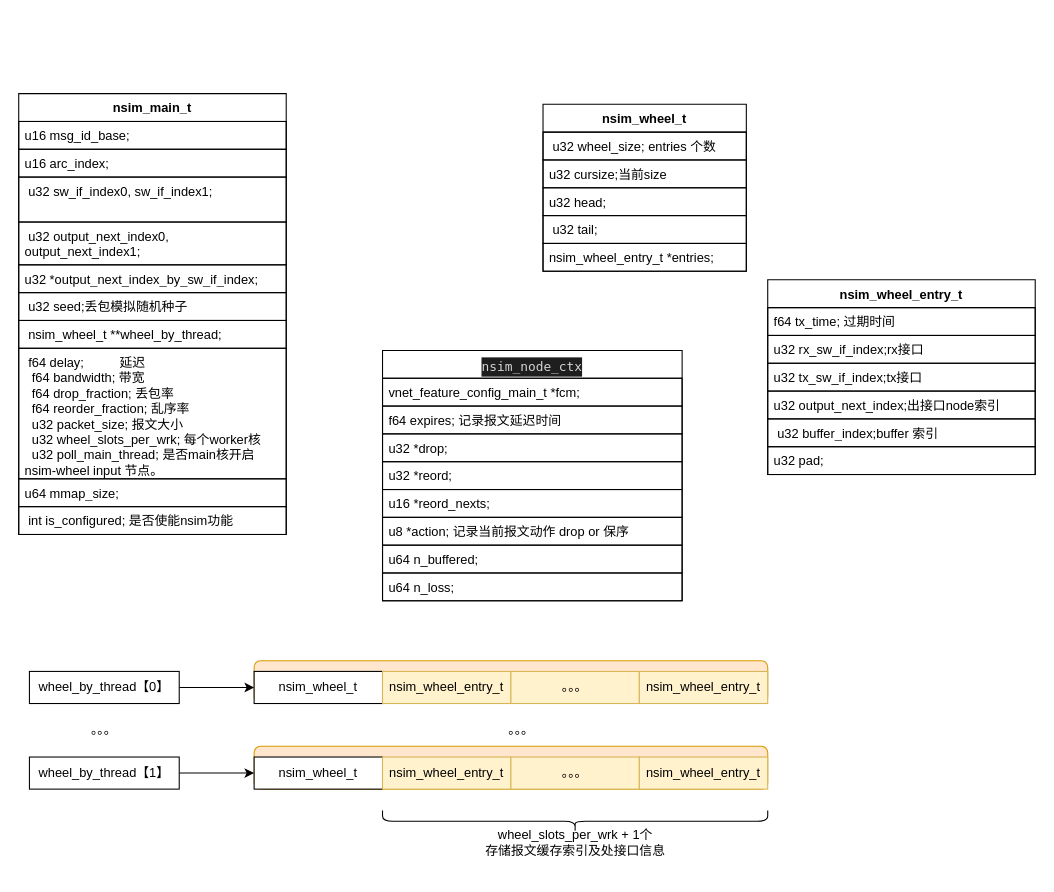
jin13417/dpdk-vpp-learning keeps this draw.io diagram as new_map/nsim.drawio. Above is the earlier version. Source tidied: cells renumbered, new cells numbered last; positions are measured from the earlier drawing's top-left corner, leaving out a move shared by most shapes. Both pictures are drawn from the tidied source at 107%, with x=0, y=0 at pixel (18, 93).
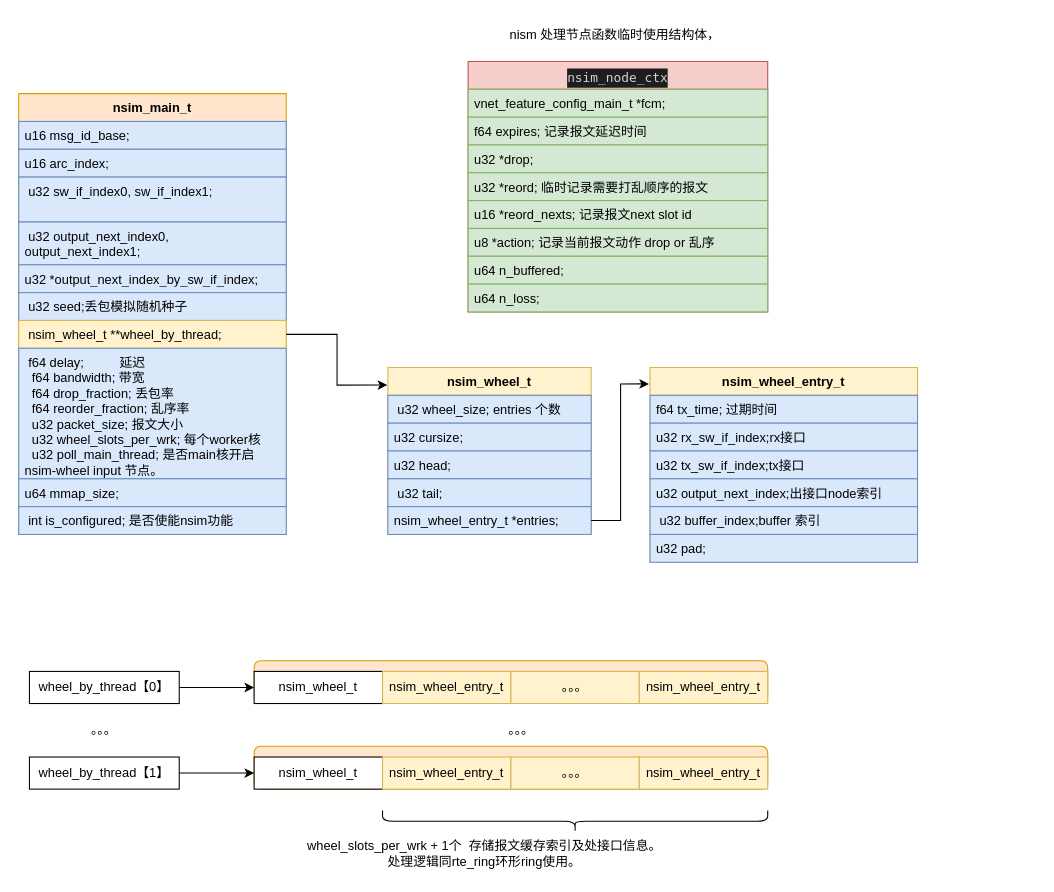
After the change.

Change to the diagram source:
```diff
@@
-    <mxCell id="2" value="nsim_main_t" style="swimlane;fontStyle=1;align=center;verticalAlign=top;horizontal=1;startSize=26;whiteSpace=wrap;html=1;" parent="1" vertex="1">
+    <mxCell id="2" value="nsim_main_t" style="swimlane;fontStyle=1;align=center;verticalAlign=top;horizontal=1;startSize=26;whiteSpace=wrap;html=1;fillColor=#ffe6cc;strokeColor=#d79b00;" parent="1" vertex="1">
       <mxGeometry width="250" height="412" as="geometry" />
     </mxCell>
-    <mxCell id="3" value="u16 msg_id_base;" style="text;strokeColor=default;fillColor=none;align=left;verticalAlign=top;spacingLeft=4;spacingRight=4;overflow=hidden;whiteSpace=wrap;html=1;" parent="2" vertex="1">
+    <mxCell id="3" value="u16 msg_id_base;" style="text;strokeColor=#6c8ebf;fillColor=#dae8fc;align=left;verticalAlign=top;spacingLeft=4;spacingRight=4;overflow=hidden;whiteSpace=wrap;html=1;" parent="2" vertex="1">
       <mxGeometry y="26" width="250" height="26" as="geometry" />
     </mxCell>
-    <mxCell id="4" value="u16 arc_index;" style="text;strokeColor=default;fillColor=none;align=left;verticalAlign=top;spacingLeft=4;spacingRight=4;overflow=hidden;whiteSpace=wrap;html=1;" parent="2" vertex="1">
+    <mxCell id="4" value="u16 arc_index;" style="text;strokeColor=#6c8ebf;fillColor=#dae8fc;align=left;verticalAlign=top;spacingLeft=4;spacingRight=4;overflow=hidden;whiteSpace=wrap;html=1;" parent="2" vertex="1">
       <mxGeometry y="52" width="250" height="26" as="geometry" />
     </mxCell>
-    <mxCell id="5" value="&amp;nbsp;u32 sw_if_index0, sw_if_index1;" style="text;strokeColor=default;fillColor=none;align=left;verticalAlign=top;spacingLeft=4;spacingRight=4;overflow=hidden;whiteSpace=wrap;html=1;" parent="2" vertex="1">
+    <mxCell id="5" value="&amp;nbsp;u32 sw_if_index0, sw_if_index1;" style="text;strokeColor=#6c8ebf;fillColor=#dae8fc;align=left;verticalAlign=top;spacingLeft=4;spacingRight=4;overflow=hidden;whiteSpace=wrap;html=1;" parent="2" vertex="1">
       <mxGeometry y="78" width="250" height="42" as="geometry" />
     </mxCell>
-    <mxCell id="6" value="&amp;nbsp;u32 output_next_index0, output_next_index1;" style="text;strokeColor=default;fillColor=none;align=left;verticalAlign=top;spacingLeft=4;spacingRight=4;overflow=hidden;whiteSpace=wrap;html=1;" parent="2" vertex="1">
+    <mxCell id="6" value="&amp;nbsp;u32 output_next_index0, output_next_index1;" style="text;strokeColor=#6c8ebf;fillColor=#dae8fc;align=left;verticalAlign=top;spacingLeft=4;spacingRight=4;overflow=hidden;whiteSpace=wrap;html=1;" parent="2" vertex="1">
       <mxGeometry y="120" width="250" height="40" as="geometry" />
     </mxCell>
-    <mxCell id="7" value="u32 *output_next_index_by_sw_if_index;" style="text;strokeColor=default;fillColor=none;align=left;verticalAlign=top;spacingLeft=4;spacingRight=4;overflow=hidden;whiteSpace=wrap;html=1;" parent="2" vertex="1">
+    <mxCell id="7" value="u32 *output_next_index_by_sw_if_index;" style="text;strokeColor=#6c8ebf;fillColor=#dae8fc;align=left;verticalAlign=top;spacingLeft=4;spacingRight=4;overflow=hidden;whiteSpace=wrap;html=1;" parent="2" vertex="1">
       <mxGeometry y="160" width="250" height="26" as="geometry" />
     </mxCell>
-    <mxCell id="8" value="&amp;nbsp;u32 seed;丢包模拟随机种子" style="text;strokeColor=default;fillColor=none;align=left;verticalAlign=top;spacingLeft=4;spacingRight=4;overflow=hidden;whiteSpace=wrap;html=1;" parent="2" vertex="1">
+    <mxCell id="8" value="&amp;nbsp;u32 seed;丢包模拟随机种子" style="text;strokeColor=#6c8ebf;fillColor=#dae8fc;align=left;verticalAlign=top;spacingLeft=4;spacingRight=4;overflow=hidden;whiteSpace=wrap;html=1;" parent="2" vertex="1">
       <mxGeometry y="186" width="250" height="26" as="geometry" />
     </mxCell>
-    <mxCell id="9" value="&amp;nbsp;nsim_wheel_t **wheel_by_thread;" style="text;strokeColor=default;fillColor=none;align=left;verticalAlign=top;spacingLeft=4;spacingRight=4;overflow=hidden;points=[[0,0.5],[1,0.5]];portConstraint=eastwest;whiteSpace=wrap;html=1;" parent="2" vertex="1">
+    <mxCell id="9" value="&amp;nbsp;nsim_wheel_t **wheel_by_thread;" style="text;strokeColor=#d6b656;fillColor=#fff2cc;align=left;verticalAlign=top;spacingLeft=4;spacingRight=4;overflow=hidden;points=[[0,0.5],[1,0.5]];portConstraint=eastwest;whiteSpace=wrap;html=1;" parent="2" vertex="1">
       <mxGeometry y="212" width="250" height="26" as="geometry" />
     </mxCell>
-    <mxCell id="10" value="&lt;div&gt;&amp;nbsp;f64 delay;&amp;nbsp; &amp;nbsp; &amp;nbsp; &amp;nbsp; &amp;nbsp; 延迟&lt;/div&gt;&lt;div&gt;&amp;nbsp; f64 bandwidth; 带宽&lt;/div&gt;&lt;div&gt;&amp;nbsp; f64 drop_fraction; 丢包率&lt;/div&gt;&lt;div&gt;&amp;nbsp; f64 reorder_fraction; 乱序率&lt;/div&gt;&lt;div&gt;&amp;nbsp; u32 packet_size; 报文大小&lt;/div&gt;&lt;div&gt;&amp;nbsp; u32 wheel_slots_per_wrk; 每个worker核&lt;/div&gt;&lt;div&gt;&amp;nbsp; u32 poll_main_thread; 是否main核开启nsim-wheel input 节点。&lt;/div&gt;" style="text;strokeColor=default;fillColor=none;align=left;verticalAlign=top;spacingLeft=4;spacingRight=4;overflow=hidden;whiteSpace=wrap;html=1;" parent="2" vertex="1">
+    <mxCell id="10" value="&lt;div&gt;&amp;nbsp;f64 delay;&amp;nbsp; &amp;nbsp; &amp;nbsp; &amp;nbsp; &amp;nbsp; 延迟&lt;/div&gt;&lt;div&gt;&amp;nbsp; f64 bandwidth; 带宽&lt;/div&gt;&lt;div&gt;&amp;nbsp; f64 drop_fraction; 丢包率&lt;/div&gt;&lt;div&gt;&amp;nbsp; f64 reorder_fraction; 乱序率&lt;/div&gt;&lt;div&gt;&amp;nbsp; u32 packet_size; 报文大小&lt;/div&gt;&lt;div&gt;&amp;nbsp; u32 wheel_slots_per_wrk; 每个worker核&lt;/div&gt;&lt;div&gt;&amp;nbsp; u32 poll_main_thread; 是否main核开启nsim-wheel input 节点。&lt;/div&gt;" style="text;strokeColor=#6c8ebf;fillColor=#dae8fc;align=left;verticalAlign=top;spacingLeft=4;spacingRight=4;overflow=hidden;whiteSpace=wrap;html=1;" parent="2" vertex="1">
       <mxGeometry y="238" width="250" height="122" as="geometry" />
     </mxCell>
-    <mxCell id="11" value="u64 mmap_size;" style="text;strokeColor=default;fillColor=none;align=left;verticalAlign=top;spacingLeft=4;spacingRight=4;overflow=hidden;whiteSpace=wrap;html=1;" parent="2" vertex="1">
+    <mxCell id="11" value="u64 mmap_size;" style="text;strokeColor=#6c8ebf;fillColor=#dae8fc;align=left;verticalAlign=top;spacingLeft=4;spacingRight=4;overflow=hidden;whiteSpace=wrap;html=1;" parent="2" vertex="1">
       <mxGeometry y="360" width="250" height="26" as="geometry" />
     </mxCell>
-    <mxCell id="12" value="&amp;nbsp;int is_configured; 是否使能nsim功能" style="text;strokeColor=default;fillColor=none;align=left;verticalAlign=top;spacingLeft=4;spacingRight=4;overflow=hidden;whiteSpace=wrap;html=1;" parent="2" vertex="1">
+    <mxCell id="12" value="&amp;nbsp;int is_configured; 是否使能nsim功能" style="text;strokeColor=#6c8ebf;fillColor=#dae8fc;align=left;verticalAlign=top;spacingLeft=4;spacingRight=4;overflow=hidden;whiteSpace=wrap;html=1;" parent="2" vertex="1">
       <mxGeometry y="386" width="250" height="26" as="geometry" />
     </mxCell>
-    <mxCell id="13" value="nsim_wheel_entry_t" style="swimlane;fontStyle=1;align=center;verticalAlign=top;horizontal=1;startSize=26;whiteSpace=wrap;html=1;" parent="1" vertex="1">
-      <mxGeometry x="700" y="174" width="250" height="182" as="geometry" />
+    <mxCell id="13" value="nsim_wheel_entry_t" style="swimlane;fontStyle=1;align=center;verticalAlign=top;horizontal=1;startSize=26;whiteSpace=wrap;html=1;fillColor=#fff2cc;strokeColor=#d6b656;" parent="1" vertex="1">
+      <mxGeometry x="590" y="256" width="250" height="182" as="geometry" />
     </mxCell>
-    <mxCell id="14" value="f64 tx_time; 过期时间" style="text;strokeColor=default;fillColor=none;align=left;verticalAlign=top;spacingLeft=4;spacingRight=4;overflow=hidden;whiteSpace=wrap;html=1;" parent="13" vertex="1">
+    <mxCell id="14" value="f64 tx_time; 过期时间" style="text;strokeColor=#6c8ebf;fillColor=#dae8fc;align=left;verticalAlign=top;spacingLeft=4;spacingRight=4;overflow=hidden;whiteSpace=wrap;html=1;" parent="13" vertex="1">
       <mxGeometry y="26" width="250" height="26" as="geometry" />
     </mxCell>
-    <mxCell id="15" value="u32 rx_sw_if_index;rx接口" style="text;strokeColor=default;fillColor=none;align=left;verticalAlign=top;spacingLeft=4;spacingRight=4;overflow=hidden;whiteSpace=wrap;html=1;" parent="13" vertex="1">
+    <mxCell id="15" value="u32 rx_sw_if_index;rx接口" style="text;strokeColor=#6c8ebf;fillColor=#dae8fc;align=left;verticalAlign=top;spacingLeft=4;spacingRight=4;overflow=hidden;whiteSpace=wrap;html=1;" parent="13" vertex="1">
       <mxGeometry y="52" width="250" height="26" as="geometry" />
     </mxCell>
-    <mxCell id="16" value="u32 tx_sw_if_index;tx接口" style="text;strokeColor=default;fillColor=none;align=left;verticalAlign=top;spacingLeft=4;spacingRight=4;overflow=hidden;whiteSpace=wrap;html=1;" parent="13" vertex="1">
+    <mxCell id="16" value="u32 tx_sw_if_index;tx接口" style="text;strokeColor=#6c8ebf;fillColor=#dae8fc;align=left;verticalAlign=top;spacingLeft=4;spacingRight=4;overflow=hidden;whiteSpace=wrap;html=1;" parent="13" vertex="1">
       <mxGeometry y="78" width="250" height="26" as="geometry" />
     </mxCell>
-    <mxCell id="17" value="u32 output_next_index;出接口node索引" style="text;strokeColor=default;fillColor=none;align=left;verticalAlign=top;spacingLeft=4;spacingRight=4;overflow=hidden;whiteSpace=wrap;html=1;" parent="13" vertex="1">
+    <mxCell id="17" value="u32 output_next_index;出接口node索引" style="text;strokeColor=#6c8ebf;fillColor=#dae8fc;align=left;verticalAlign=top;spacingLeft=4;spacingRight=4;overflow=hidden;whiteSpace=wrap;html=1;" parent="13" vertex="1">
       <mxGeometry y="104" width="250" height="26" as="geometry" />
     </mxCell>
-    <mxCell id="18" value="&amp;nbsp;u32 buffer_index;buffer 索引" style="text;strokeColor=default;fillColor=none;align=left;verticalAlign=top;spacingLeft=4;spacingRight=4;overflow=hidden;whiteSpace=wrap;html=1;" parent="13" vertex="1">
+    <mxCell id="18" value="&amp;nbsp;u32 buffer_index;buffer 索引" style="text;strokeColor=#6c8ebf;fillColor=#dae8fc;align=left;verticalAlign=top;spacingLeft=4;spacingRight=4;overflow=hidden;whiteSpace=wrap;html=1;" parent="13" vertex="1">
       <mxGeometry y="130" width="250" height="26" as="geometry" />
     </mxCell>
-    <mxCell id="19" value="u32 pad;" style="text;strokeColor=default;fillColor=none;align=left;verticalAlign=top;spacingLeft=4;spacingRight=4;overflow=hidden;whiteSpace=wrap;html=1;" parent="13" vertex="1">
+    <mxCell id="19" value="u32 pad;" style="text;strokeColor=#6c8ebf;fillColor=#dae8fc;align=left;verticalAlign=top;spacingLeft=4;spacingRight=4;overflow=hidden;whiteSpace=wrap;html=1;" parent="13" vertex="1">
       <mxGeometry y="156" width="250" height="26" as="geometry" />
     </mxCell>
-    <mxCell id="20" value="nsim_wheel_t" style="swimlane;fontStyle=1;align=center;verticalAlign=top;horizontal=1;startSize=26;whiteSpace=wrap;html=1;" parent="1" vertex="1">
-      <mxGeometry x="490" y="10" width="190" height="156" as="geometry" />
+    <mxCell id="20" value="nsim_wheel_t" style="swimlane;fontStyle=1;align=center;verticalAlign=top;horizontal=1;startSize=26;whiteSpace=wrap;html=1;fillColor=#fff2cc;strokeColor=#d6b656;" parent="1" vertex="1">
+      <mxGeometry x="345" y="256" width="190" height="156" as="geometry" />
     </mxCell>
-    <mxCell id="21" value="&amp;nbsp;u32 wheel_size; entries 个数" style="text;strokeColor=default;fillColor=none;align=left;verticalAlign=top;spacingLeft=4;spacingRight=4;overflow=hidden;whiteSpace=wrap;html=1;" parent="20" vertex="1">
+    <mxCell id="21" value="&amp;nbsp;u32 wheel_size; entries 个数" style="text;strokeColor=#6c8ebf;fillColor=#dae8fc;align=left;verticalAlign=top;spacingLeft=4;spacingRight=4;overflow=hidden;whiteSpace=wrap;html=1;" parent="20" vertex="1">
       <mxGeometry y="26" width="190" height="26" as="geometry" />
     </mxCell>
-    <mxCell id="22" value="u32 cursize;当前size" style="text;strokeColor=default;fillColor=none;align=left;verticalAlign=top;spacingLeft=4;spacingRight=4;overflow=hidden;whiteSpace=wrap;html=1;" parent="20" vertex="1">
+    <mxCell id="22" value="u32 cursize;" style="text;strokeColor=#6c8ebf;fillColor=#dae8fc;align=left;verticalAlign=top;spacingLeft=4;spacingRight=4;overflow=hidden;whiteSpace=wrap;html=1;" parent="20" vertex="1">
       <mxGeometry y="52" width="190" height="26" as="geometry" />
     </mxCell>
-    <mxCell id="23" value="u32 head;" style="text;strokeColor=default;fillColor=none;align=left;verticalAlign=top;spacingLeft=4;spacingRight=4;overflow=hidden;whiteSpace=wrap;html=1;" parent="20" vertex="1">
+    <mxCell id="23" value="u32 head;" style="text;strokeColor=#6c8ebf;fillColor=#dae8fc;align=left;verticalAlign=top;spacingLeft=4;spacingRight=4;overflow=hidden;whiteSpace=wrap;html=1;" parent="20" vertex="1">
       <mxGeometry y="78" width="190" height="26" as="geometry" />
     </mxCell>
-    <mxCell id="24" value="&amp;nbsp;u32 tail;" style="text;strokeColor=default;fillColor=none;align=left;verticalAlign=top;spacingLeft=4;spacingRight=4;overflow=hidden;whiteSpace=wrap;html=1;" parent="20" vertex="1">
+    <mxCell id="24" value="&amp;nbsp;u32 tail;" style="text;strokeColor=#6c8ebf;fillColor=#dae8fc;align=left;verticalAlign=top;spacingLeft=4;spacingRight=4;overflow=hidden;whiteSpace=wrap;html=1;" parent="20" vertex="1">
       <mxGeometry y="104" width="190" height="26" as="geometry" />
     </mxCell>
-    <mxCell id="25" value="nsim_wheel_entry_t *entries;" style="text;strokeColor=default;fillColor=none;align=left;verticalAlign=top;spacingLeft=4;spacingRight=4;overflow=hidden;points=[[0,0.5],[1,0.5]];portConstraint=eastwest;whiteSpace=wrap;html=1;" parent="20" vertex="1">
+    <mxCell id="25" value="nsim_wheel_entry_t *entries;" style="text;strokeColor=#6c8ebf;fillColor=#dae8fc;align=left;verticalAlign=top;spacingLeft=4;spacingRight=4;overflow=hidden;points=[[0,0.5],[1,0.5]];portConstraint=eastwest;whiteSpace=wrap;html=1;" parent="20" vertex="1">
       <mxGeometry y="130" width="190" height="26" as="geometry" />
     </mxCell>
-    <mxCell id="26" value="&lt;div style=&quot;color: rgb(212, 212, 212); background-color: rgb(30, 30, 30); font-family: &amp;quot;Source Code Pro&amp;quot;, Menlo, Monaco, &amp;quot;Courier New&amp;quot;, monospace, Menlo, Monaco, &amp;quot;Courier New&amp;quot;, monospace; font-weight: normal; line-height: 18px;&quot;&gt;nsim_node_ctx&lt;/div&gt;" style="swimlane;fontStyle=1;align=center;verticalAlign=top;horizontal=1;startSize=26;whiteSpace=wrap;html=1;" parent="1" vertex="1">
-      <mxGeometry x="340" y="240" width="280" height="234" as="geometry" />
+    <mxCell id="26" value="&lt;div style=&quot;color: rgb(212, 212, 212); background-color: rgb(30, 30, 30); font-family: &amp;quot;Source Code Pro&amp;quot;, Menlo, Monaco, &amp;quot;Courier New&amp;quot;, monospace, Menlo, Monaco, &amp;quot;Courier New&amp;quot;, monospace; font-weight: normal; line-height: 18px;&quot;&gt;nsim_node_ctx&lt;/div&gt;" style="swimlane;fontStyle=1;align=center;verticalAlign=top;horizontal=1;startSize=26;whiteSpace=wrap;html=1;fillColor=#f8cecc;strokeColor=#b85450;" parent="1" vertex="1">
+      <mxGeometry x="420" y="-30" width="280" height="234" as="geometry" />
     </mxCell>
-    <mxCell id="27" value="vnet_feature_config_main_t *fcm;" style="text;strokeColor=default;fillColor=none;align=left;verticalAlign=top;spacingLeft=4;spacingRight=4;overflow=hidden;whiteSpace=wrap;html=1;" parent="26" vertex="1">
+    <mxCell id="27" value="vnet_feature_config_main_t *fcm;" style="text;strokeColor=#82b366;fillColor=#d5e8d4;align=left;verticalAlign=top;spacingLeft=4;spacingRight=4;overflow=hidden;whiteSpace=wrap;html=1;" parent="26" vertex="1">
       <mxGeometry y="26" width="280" height="26" as="geometry" />
     </mxCell>
-    <mxCell id="28" value="f64 expires; 记录报文延迟时间" style="text;strokeColor=default;fillColor=none;align=left;verticalAlign=top;spacingLeft=4;spacingRight=4;overflow=hidden;whiteSpace=wrap;html=1;" parent="26" vertex="1">
+    <mxCell id="28" value="f64 expires; 记录报文延迟时间" style="text;strokeColor=#82b366;fillColor=#d5e8d4;align=left;verticalAlign=top;spacingLeft=4;spacingRight=4;overflow=hidden;whiteSpace=wrap;html=1;" parent="26" vertex="1">
       <mxGeometry y="52" width="280" height="26" as="geometry" />
     </mxCell>
-    <mxCell id="29" value="u32 *drop;" style="text;strokeColor=default;fillColor=none;align=left;verticalAlign=top;spacingLeft=4;spacingRight=4;overflow=hidden;whiteSpace=wrap;html=1;" parent="26" vertex="1">
+    <mxCell id="29" value="u32 *drop;" style="text;strokeColor=#82b366;fillColor=#d5e8d4;align=left;verticalAlign=top;spacingLeft=4;spacingRight=4;overflow=hidden;whiteSpace=wrap;html=1;" parent="26" vertex="1">
       <mxGeometry y="78" width="280" height="26" as="geometry" />
     </mxCell>
-    <mxCell id="30" value="u32 *reord;" style="text;strokeColor=default;fillColor=none;align=left;verticalAlign=top;spacingLeft=4;spacingRight=4;overflow=hidden;whiteSpace=wrap;html=1;" parent="26" vertex="1">
+    <mxCell id="30" value="u32 *reord; 临时记录需要打乱顺序的报文" style="text;strokeColor=#82b366;fillColor=#d5e8d4;align=left;verticalAlign=top;spacingLeft=4;spacingRight=4;overflow=hidden;whiteSpace=wrap;html=1;" parent="26" vertex="1">
       <mxGeometry y="104" width="280" height="26" as="geometry" />
     </mxCell>
-    <mxCell id="31" value="u16 *reord_nexts;" style="text;strokeColor=default;fillColor=none;align=left;verticalAlign=top;spacingLeft=4;spacingRight=4;overflow=hidden;whiteSpace=wrap;html=1;" parent="26" vertex="1">
+    <mxCell id="31" value="u16 *reord_nexts; 记录报文next slot id" style="text;strokeColor=#82b366;fillColor=#d5e8d4;align=left;verticalAlign=top;spacingLeft=4;spacingRight=4;overflow=hidden;whiteSpace=wrap;html=1;" parent="26" vertex="1">
       <mxGeometry y="130" width="280" height="26" as="geometry" />
     </mxCell>
-    <mxCell id="32" value="u8 *action; 记录当前报文动作 drop or 保序" style="text;strokeColor=default;fillColor=none;align=left;verticalAlign=top;spacingLeft=4;spacingRight=4;overflow=hidden;whiteSpace=wrap;html=1;" parent="26" vertex="1">
+    <mxCell id="32" value="u8 *action; 记录当前报文动作 drop or 乱序" style="text;strokeColor=#82b366;fillColor=#d5e8d4;align=left;verticalAlign=top;spacingLeft=4;spacingRight=4;overflow=hidden;whiteSpace=wrap;html=1;" parent="26" vertex="1">
       <mxGeometry y="156" width="280" height="26" as="geometry" />
     </mxCell>
-    <mxCell id="33" value="u64 n_buffered;" style="text;strokeColor=default;fillColor=none;align=left;verticalAlign=top;spacingLeft=4;spacingRight=4;overflow=hidden;whiteSpace=wrap;html=1;" parent="26" vertex="1">
+    <mxCell id="33" value="u64 n_buffered;" style="text;strokeColor=#82b366;fillColor=#d5e8d4;align=left;verticalAlign=top;spacingLeft=4;spacingRight=4;overflow=hidden;whiteSpace=wrap;html=1;" parent="26" vertex="1">
       <mxGeometry y="182" width="280" height="26" as="geometry" />
     </mxCell>
-    <mxCell id="34" value="u64 n_loss;" style="text;strokeColor=default;fillColor=none;align=left;verticalAlign=top;spacingLeft=4;spacingRight=4;overflow=hidden;whiteSpace=wrap;html=1;" parent="26" vertex="1">
+    <mxCell id="34" value="u64 n_loss;" style="text;strokeColor=#82b366;fillColor=#d5e8d4;align=left;verticalAlign=top;spacingLeft=4;spacingRight=4;overflow=hidden;whiteSpace=wrap;html=1;" parent="26" vertex="1">
       <mxGeometry y="208" width="280" height="26" as="geometry" />
     </mxCell>
@@
-    <mxCell id="46" value="wheel_slots_per_wrk + 1个&lt;br&gt;存储报文缓存索引及处接口信息" style="text;html=1;align=center;verticalAlign=middle;strokeColor=none;fillColor=none;" parent="1" vertex="1">
-      <mxGeometry x="425" y="680" width="190" height="40" as="geometry" />
+    <mxCell id="46" value="wheel_slots_per_wrk + 1个&amp;nbsp; 存储报文缓存索引及处接口信息。&lt;br&gt;处理逻辑同rte_ring环形ring使用。" style="text;html=1;align=center;verticalAlign=middle;strokeColor=none;fillColor=none;" parent="1" vertex="1">
+      <mxGeometry x="260" y="690" width="350" height="40" as="geometry" />
     </mxCell>
@@
+    <mxCell id="53" style="edgeStyle=orthogonalEdgeStyle;rounded=0;jettySize=auto;html=1;exitX=1;exitY=0.5;exitDx=0;exitDy=0;entryX=-0.003;entryY=0.105;entryDx=0;entryDy=0;entryPerimeter=0;" parent="1" edge="1" source="9" target="20">
+      <mxGeometry relative="1" as="geometry" />
+    </mxCell>
+    <mxCell id="54" style="edgeStyle=orthogonalEdgeStyle;rounded=0;jettySize=auto;html=1;exitX=1;exitY=0.5;exitDx=0;exitDy=0;entryX=-0.004;entryY=0.084;entryDx=0;entryDy=0;entryPerimeter=0;" parent="1" edge="1" source="25" target="13">
+      <mxGeometry relative="1" as="geometry" />
+    </mxCell>
+    <mxCell id="55" value="nism 处理节点函数临时使用结构体，" style="text;html=1;strokeColor=none;fillColor=none;align=center;verticalAlign=middle;whiteSpace=wrap;rounded=0;" parent="1" vertex="1">
+      <mxGeometry x="420" y="-70" width="275" height="30" as="geometry" />
+    </mxCell>
```
